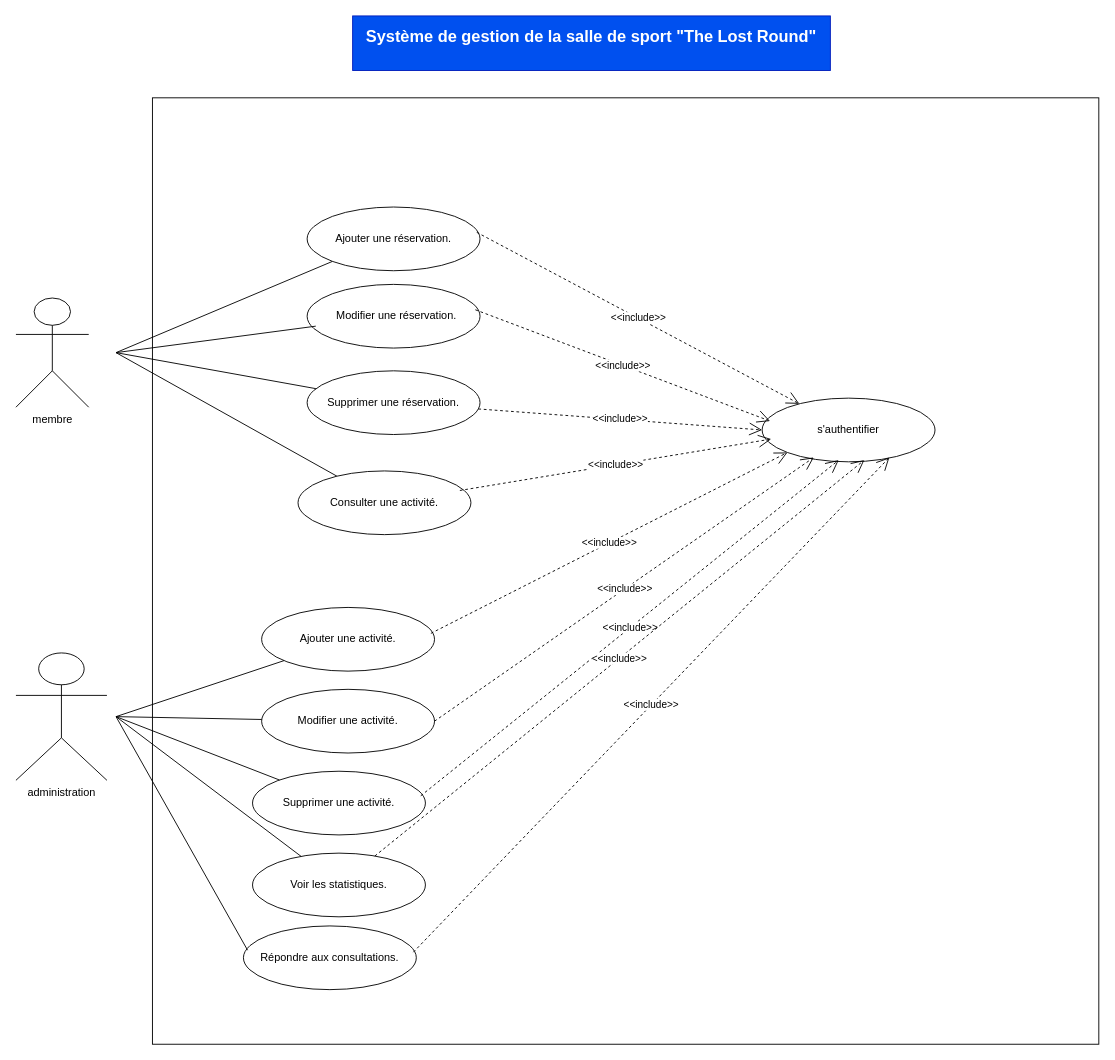
Above: use_case.drawio in OumaymaBrd/Salle_sport_V2 (draw.io), before the change. Source tidied: cells renumbered, new cells numbered last; positions are measured from the earlier drawing's top-left corner, leaving out a move shared by most shapes. Both pictures are drawn from the tidied source at 91%, with x=0, y=0 at pixel (15, 15).
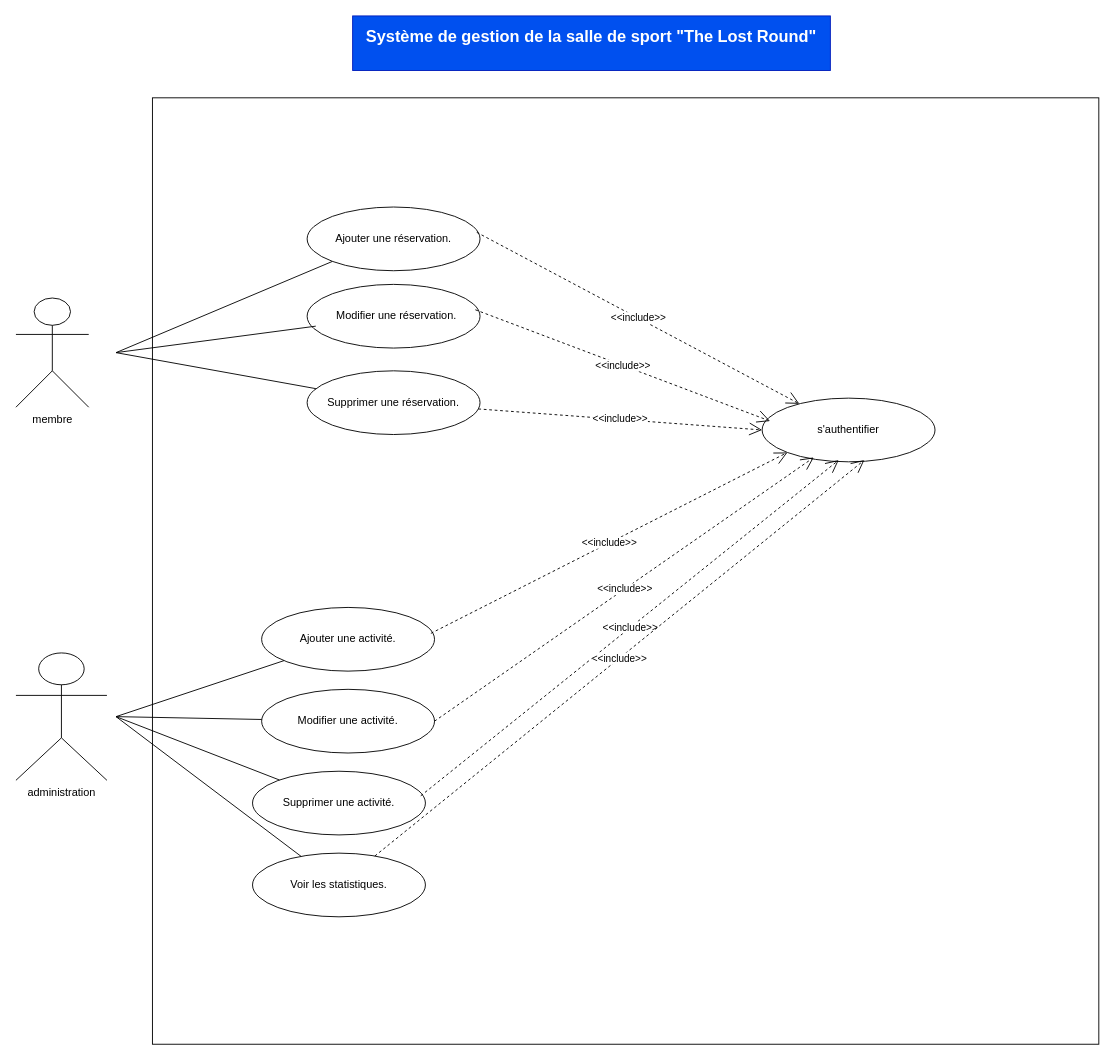
Above is the later version.

The change refers to these unchanged cells:
```xml
<mxCell id="13" value="s'authentifier" style="ellipse;whiteSpace=wrap;html=1;" parent="1" vertex="1">
  <mxGeometry x="820" y="420" width="190" height="70" as="geometry" />
</mxCell>
```

What changed in the source:
```diff
@@
-    <mxCell id="8" value="&lt;div&gt;&lt;br&gt;&lt;/div&gt;&lt;div&gt;Consulter une activité.&lt;/div&gt;&lt;div&gt;&lt;br&gt;&lt;/div&gt;" style="ellipse;whiteSpace=wrap;html=1;" parent="1" vertex="1">
-      <mxGeometry x="310" y="500" width="190" height="70" as="geometry" />
-    </mxCell>
@@
-    <mxCell id="14" value="&lt;div&gt;&lt;br&gt;&lt;/div&gt;&lt;div&gt;Répondre aux consultations.&lt;/div&gt;&lt;div&gt;&lt;br&gt;&lt;/div&gt;" style="ellipse;whiteSpace=wrap;html=1;" parent="1" vertex="1">
-      <mxGeometry x="250" y="1000" width="190" height="70" as="geometry" />
-    </mxCell>
@@
-    <mxCell id="18" style="endArrow=none;html=1;rounded=0;" parent="1" edge="1" target="8">
-      <mxGeometry relative="1" as="geometry">
-        <mxPoint x="110" y="370" as="sourcePoint" />
-      </mxGeometry>
-    </mxCell>
@@
-    <mxCell id="23" style="endArrow=none;html=1;rounded=0;entryX=0.024;entryY=0.381;entryDx=0;entryDy=0;entryPerimeter=0;" parent="1" edge="1" target="14">
-      <mxGeometry relative="1" as="geometry">
-        <mxPoint x="110" y="770" as="sourcePoint" />
-      </mxGeometry>
-    </mxCell>
@@
-    <mxCell id="27" value="&amp;lt;&amp;lt;include&amp;gt;&amp;gt;" style="endArrow=open;endSize=12;dashed=1;html=1;rounded=0;exitX=0.936;exitY=0.307;exitDx=0;exitDy=0;exitPerimeter=0;" parent="1" edge="1" source="8">
-      <mxGeometry relative="1" as="geometry">
-        <mxPoint x="830" y="465" as="targetPoint" />
-      </mxGeometry>
-    </mxCell>
@@
-    <mxCell id="32" value="&amp;lt;&amp;lt;include&amp;gt;&amp;gt;" style="endArrow=open;endSize=12;dashed=1;html=1;rounded=0;entryX=0.736;entryY=0.931;entryDx=0;entryDy=0;entryPerimeter=0;exitX=0.983;exitY=0.412;exitDx=0;exitDy=0;exitPerimeter=0;" parent="1" edge="1" source="14" target="13">
-      <mxGeometry relative="1" as="geometry" />
-    </mxCell>
```
